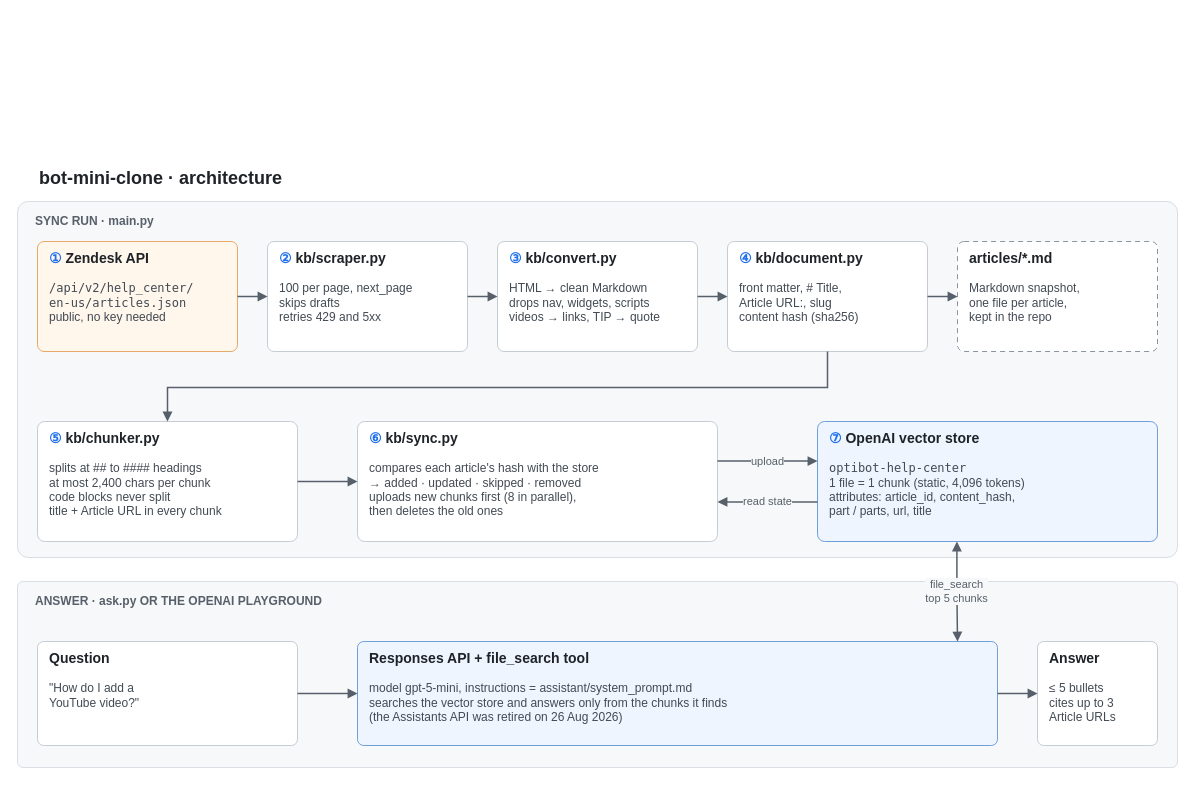
seawish369/bot-mini-clone keeps this draw.io diagram as docs/architecture.drawio. Above is the earlier version. Source tidied: cells renumbered, new cells numbered last; positions are measured from the earlier drawing's top-left corner, leaving out a move shared by most shapes. Both pictures are drawn from the tidied source at 100%, with x=0, y=0 at pixel (17, 163).
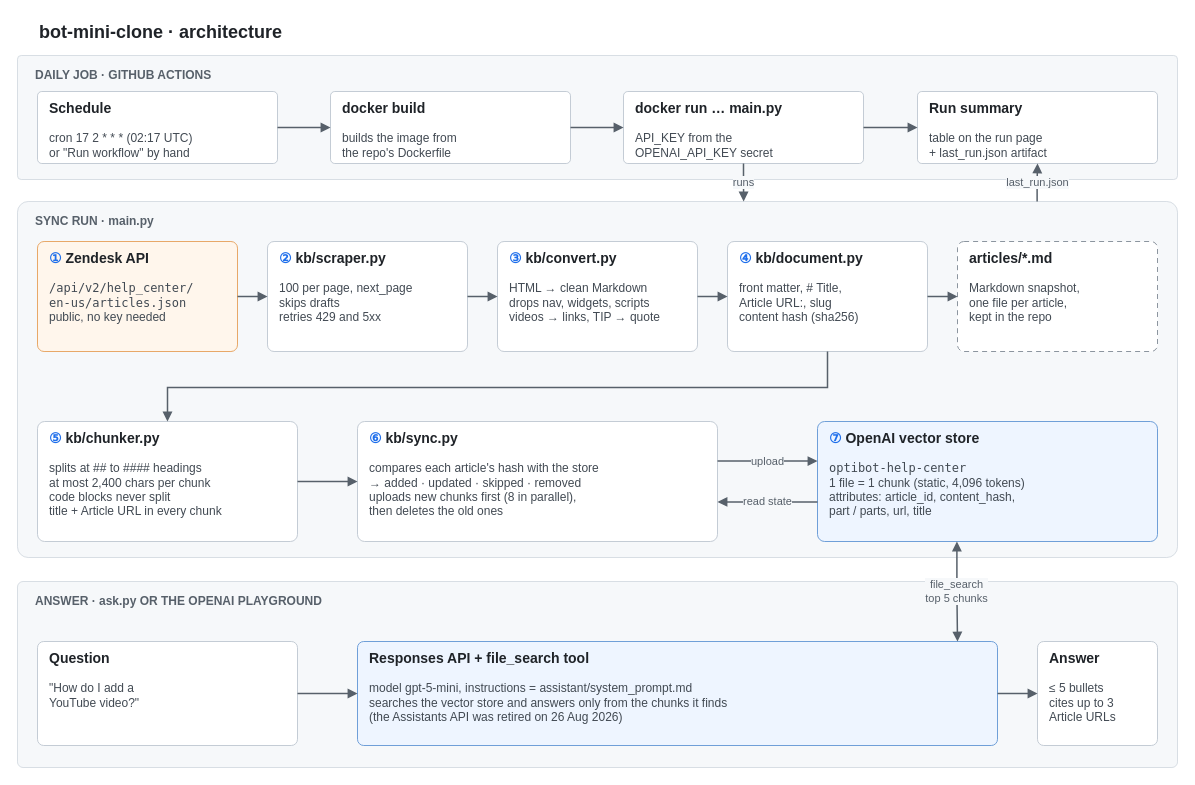
Above is the later version.

Commit message (it also covers changes not shown here):
Show the daily GitHub Actions job in the architecture diagram

The change refers to these unchanged cells:
```xml
<mxCell id="3" value="SYNC RUN · main.py" style="rounded=1;arcSize=3;whiteSpace=wrap;html=1;align=left;verticalAlign=top;spacingLeft=16;spacingTop=6;fontSize=12;fontStyle=1;fontColor=#57606a;fillColor=#f6f8fa;strokeColor=#d8dee4;" parent="1" vertex="1">
  <mxGeometry y="38" width="1160" height="356" as="geometry" />
</mxCell>
```

Change to the diagram source:
```diff
@@
     <mxCell id="2" value="bot-mini-clone · architecture" style="text;html=1;align=left;verticalAlign=middle;fontSize=18;fontStyle=1;fontColor=#1f2328;" parent="1" vertex="1">
-      <mxGeometry x="20" width="500" height="30" as="geometry" />
+      <mxGeometry x="20" y="-146" width="500" height="30" as="geometry" />
     </mxCell>
+    <mxCell id="27" value="DAILY JOB · GITHUB ACTIONS" style="rounded=1;arcSize=3;whiteSpace=wrap;html=1;align=left;verticalAlign=top;spacingLeft=16;spacingTop=6;fontSize=12;fontStyle=1;fontColor=#57606a;fillColor=#f6f8fa;strokeColor=#d8dee4;" parent="1" vertex="1">
+      <mxGeometry y="-108" width="1160" height="124" as="geometry" />
+    </mxCell>
@@
+    <mxCell id="28" value="&lt;b&gt;&lt;font style=&quot;font-size:14px&quot; color=&quot;#1f2328&quot;&gt;Schedule&lt;/font&gt;&lt;/b&gt;&lt;br&gt;&lt;br&gt;cron 17 2 * * *  (02:17 UTC)&lt;br&gt;or &quot;Run workflow&quot; by hand" style="rounded=1;arcSize=6;whiteSpace=wrap;html=1;align=left;verticalAlign=top;spacingLeft=10;spacingTop=2;fontSize=12;fontColor=#424a53;fillColor=#ffffff;strokeColor=#c4ccd5;" parent="1" vertex="1">
+      <mxGeometry x="20" y="-72" width="240" height="72" as="geometry" />
+    </mxCell>
+    <mxCell id="29" value="&lt;b&gt;&lt;font style=&quot;font-size:14px&quot; color=&quot;#1f2328&quot;&gt;docker build&lt;/font&gt;&lt;/b&gt;&lt;br&gt;&lt;br&gt;builds the image from&lt;br&gt;the repo's Dockerfile" style="rounded=1;arcSize=6;whiteSpace=wrap;html=1;align=left;verticalAlign=top;spacingLeft=10;spacingTop=2;fontSize=12;fontColor=#424a53;fillColor=#ffffff;strokeColor=#c4ccd5;" parent="1" vertex="1">
+      <mxGeometry x="313" y="-72" width="240" height="72" as="geometry" />
+    </mxCell>
+    <mxCell id="30" value="&lt;b&gt;&lt;font style=&quot;font-size:14px&quot; color=&quot;#1f2328&quot;&gt;docker run … main.py&lt;/font&gt;&lt;/b&gt;&lt;br&gt;&lt;br&gt;API_KEY from the&lt;br&gt;OPENAI_API_KEY secret" style="rounded=1;arcSize=6;whiteSpace=wrap;html=1;align=left;verticalAlign=top;spacingLeft=10;spacingTop=2;fontSize=12;fontColor=#424a53;fillColor=#ffffff;strokeColor=#c4ccd5;" parent="1" vertex="1">
+      <mxGeometry x="606" y="-72" width="240" height="72" as="geometry" />
+    </mxCell>
+    <mxCell id="31" value="&lt;b&gt;&lt;font style=&quot;font-size:14px&quot; color=&quot;#1f2328&quot;&gt;Run summary&lt;/font&gt;&lt;/b&gt;&lt;br&gt;&lt;br&gt;table on the run page&lt;br&gt;+ last_run.json artifact" style="rounded=1;arcSize=6;whiteSpace=wrap;html=1;align=left;verticalAlign=top;spacingLeft=10;spacingTop=2;fontSize=12;fontColor=#424a53;fillColor=#ffffff;strokeColor=#c4ccd5;" parent="1" vertex="1">
+      <mxGeometry x="900" y="-72" width="240" height="72" as="geometry" />
+    </mxCell>
@@
+    <mxCell id="32" style="edgeStyle=orthogonalEdgeStyle;rounded=0;html=1;endArrow=block;endFill=1;strokeColor=#57606a;strokeWidth=1.5;fontSize=11;fontColor=#57606a;labelBackgroundColor=#f6f8fa;" parent="1" edge="1" source="28" target="29">
+      <mxGeometry relative="1" as="geometry" />
+    </mxCell>
+    <mxCell id="33" style="edgeStyle=orthogonalEdgeStyle;rounded=0;html=1;endArrow=block;endFill=1;strokeColor=#57606a;strokeWidth=1.5;fontSize=11;fontColor=#57606a;labelBackgroundColor=#f6f8fa;" parent="1" edge="1" source="29" target="30">
+      <mxGeometry relative="1" as="geometry" />
+    </mxCell>
+    <mxCell id="34" style="edgeStyle=orthogonalEdgeStyle;rounded=0;html=1;endArrow=block;endFill=1;strokeColor=#57606a;strokeWidth=1.5;fontSize=11;fontColor=#57606a;labelBackgroundColor=#f6f8fa;" parent="1" edge="1" source="30" target="31">
+      <mxGeometry relative="1" as="geometry" />
+    </mxCell>
+    <mxCell id="35" value="runs" style="edgeStyle=orthogonalEdgeStyle;rounded=0;html=1;endArrow=block;endFill=1;strokeColor=#57606a;strokeWidth=1.5;fontSize=11;fontColor=#57606a;labelBackgroundColor=#f6f8fa;exitX=0.5;exitY=1;entryX=0.626;entryY=0;" parent="1" edge="1" source="30" target="3">
+      <mxGeometry relative="1" as="geometry" />
+    </mxCell>
+    <mxCell id="36" value="last_run.json" style="edgeStyle=orthogonalEdgeStyle;rounded=0;html=1;endArrow=block;endFill=1;strokeColor=#57606a;strokeWidth=1.5;fontSize=11;fontColor=#57606a;labelBackgroundColor=#f6f8fa;exitX=0.879;exitY=0;entryX=0.5;entryY=1;" parent="1" edge="1" source="3" target="31">
+      <mxGeometry relative="1" as="geometry" />
+    </mxCell>
```
